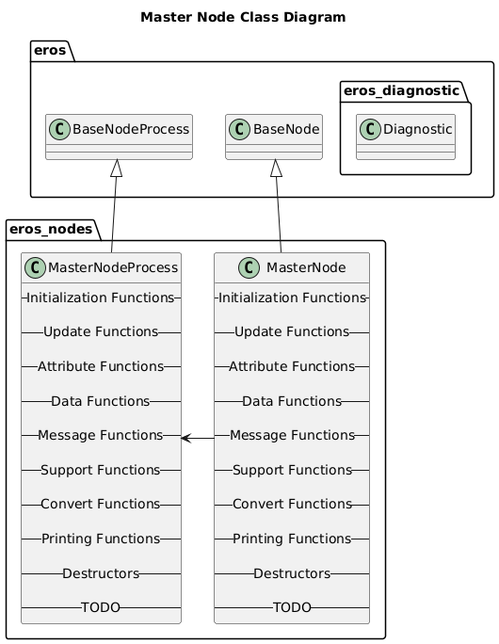
Above: nodes/MasterNode/doc/output/MasterNodeClassDiagram.png in dgitz/eros (PlantUML), before the change.
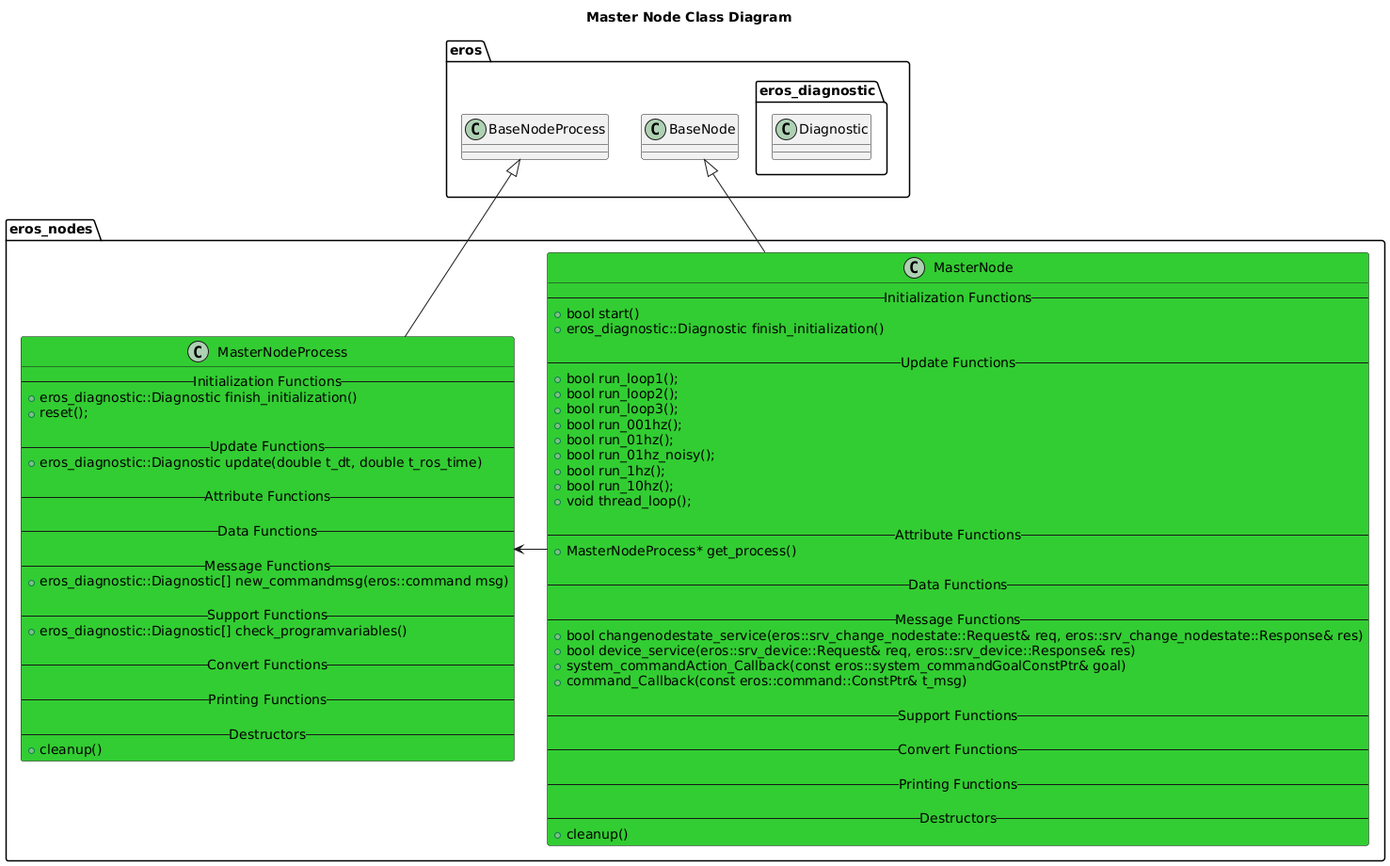
Above is the later version.

Diff of the diagram source:
```diff
@@ -8,16 +8,32 @@
     }
 }
 namespace eros_nodes {
-    class MasterNode {
+    class MasterNode #LimeGreen {
         -- Initialization Functions --
+        +bool start()
+        +eros_diagnostic::Diagnostic finish_initialization()
 
         -- Update Functions --
+        +bool run_loop1();
+        +bool run_loop2();
+        +bool run_loop3();
+        +bool run_001hz();
+        +bool run_01hz();
+        +bool run_01hz_noisy();
+        +bool run_1hz();
+        +bool run_10hz();
+        +void thread_loop();
 
         -- Attribute Functions --
+        +MasterNodeProcess* get_process()
 
         -- Data Functions --
 
         -- Message Functions --
+        +bool changenodestate_service(eros::srv_change_nodestate::Request& req, eros::srv_change_nodestate::Response& res)
+        +bool device_service(eros::srv_device::Request& req, eros::srv_device::Response& res)
+        +system_commandAction_Callback(const eros::system_commandGoalConstPtr& goal)
+        +command_Callback(const eros::command::ConstPtr& t_msg)
 
         -- Support Functions --
 
@@ -26,29 +42,32 @@
         -- Printing Functions --
 
         -- Destructors --
-
-        -- TODO --
+        +cleanup()
     }
-    class MasterNodeProcess {
+    class MasterNodeProcess #LimeGreen {
         -- Initialization Functions --
+        +eros_diagnostic::Diagnostic finish_initialization()
+        +reset();
 
         -- Update Functions --
+        +eros_diagnostic::Diagnostic update(double t_dt, double t_ros_time)
 
         -- Attribute Functions --
 
         -- Data Functions --
 
         -- Message Functions --
+        +eros_diagnostic::Diagnostic[] new_commandmsg(eros::command msg)
 
         -- Support Functions --
+        +eros_diagnostic::Diagnostic[] check_programvariables()
 
         -- Convert Functions --
 
         -- Printing Functions --
 
         -- Destructors --
-
-        -- TODO --
+        +cleanup()
     }
 
     BaseNode <|-- MasterNode
```
